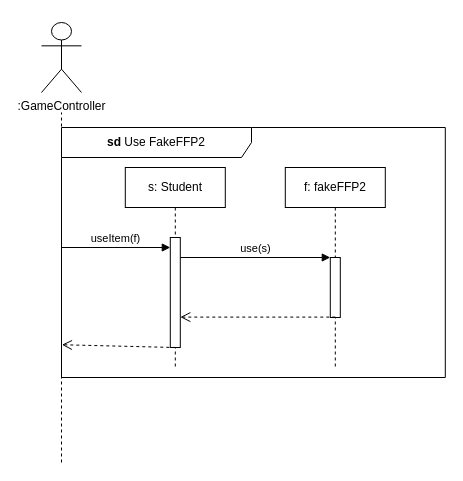
Earlier version of the draw.io diagram page "Student Action" (3 of 6) of Beadások/9. Beadás - GUI tervek/GUI szekvencia - avagy MegölömMagamHaMégEgySzekvenciátKellCsinálnom.drawio (XanleR/U.B.R.---Projlab-2024). Source tidied: cells renumbered, new cells numbered last; positions are measured from the earlier drawing's top-left corner, leaving out a move shared by most shapes. Both pictures are drawn from the tidied source at 100%, with x=0, y=0 at pixel (41, 22).
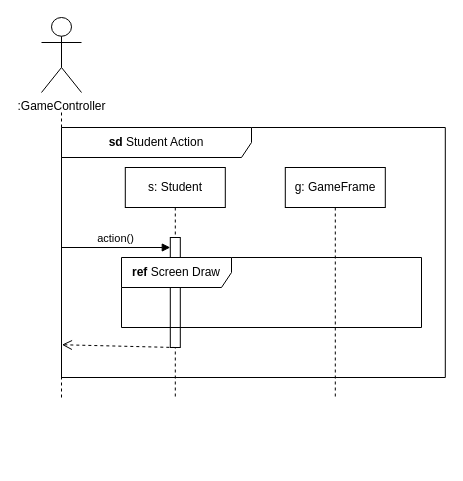
Above is the later version.

The edit, as a diff of the source:
```diff
@@
 <mxGraphModel>
   <root>
     <mxCell id="0" />
     <mxCell id="1" parent="0" />
     <mxCell id="2" value="s: Student" style="shape=umlLifeline;perimeter=lifelinePerimeter;whiteSpace=wrap;html=1;newEdgeStyle={&quot;curved&quot;:0,&quot;rounded&quot;:0};" parent="1" vertex="1">
-      <mxGeometry x="83.8" y="145" width="100" height="200" as="geometry" />
+      <mxGeometry x="83.8" y="145" width="100" height="230" as="geometry" />
     </mxCell>
     <mxCell id="3" style="html=1;points=[[0,0,0,0,5],[0,1,0,0,-5],[1,0,0,0,5],[1,1,0,0,-5]];perimeter=orthogonalPerimeter;outlineConnect=0;targetShapes=umlLifeline;portConstraint=eastwest;newEdgeStyle={&quot;curved&quot;:0,&quot;rounded&quot;:0};" parent="2" vertex="1">
       <mxGeometry x="45" y="70" width="10" height="110" as="geometry" />
     </mxCell>
-    <mxCell id="4" value="f: fakeFFP2" style="shape=umlLifeline;perimeter=lifelinePerimeter;whiteSpace=wrap;html=1;newEdgeStyle={&quot;curved&quot;:0,&quot;rounded&quot;:0};" parent="1" vertex="1">
-      <mxGeometry x="243.8" y="145" width="100" height="200" as="geometry" />
+    <mxCell id="4" value="g: GameFrame" style="shape=umlLifeline;perimeter=lifelinePerimeter;whiteSpace=wrap;html=1;newEdgeStyle={&quot;curved&quot;:0,&quot;rounded&quot;:0};" parent="1" vertex="1">
+      <mxGeometry x="243.8" y="145" width="100" height="230" as="geometry" />
     </mxCell>
-    <mxCell id="5" style="html=1;perimeter=orthogonalPerimeter;targetShapes=umlLifeline;newEdgeStyle={&quot;curved&quot;:0,&quot;rounded&quot;:0};" parent="4" vertex="1">
-      <mxGeometry x="45" y="90" width="10" height="60" as="geometry" />
-    </mxCell>
-    <mxCell id="6" value="useItem(f)" style="html=1;verticalAlign=bottom;endArrow=block;curved=0;rounded=0;" parent="1" edge="1" target="3">
+    <mxCell id="6" value="action()" style="html=1;verticalAlign=bottom;endArrow=block;curved=0;rounded=0;" parent="1" edge="1" target="3">
       <mxGeometry relative="1" as="geometry">
         <mxPoint x="20" y="225" as="sourcePoint" />
       </mxGeometry>
     </mxCell>
-    <mxCell id="7" value="use(s)" style="html=1;verticalAlign=bottom;endArrow=block;curved=0;rounded=0;" parent="1" edge="1">
-      <mxGeometry relative="1" as="geometry">
-        <mxPoint x="138.8" y="235" as="sourcePoint" />
-        <mxPoint x="288.8" y="235" as="targetPoint" />
-      </mxGeometry>
-    </mxCell>
-    <mxCell id="8" style="html=1;verticalAlign=bottom;endArrow=open;dashed=1;endSize=8;curved=0;rounded=0;" parent="1" edge="1" target="3">
-      <mxGeometry relative="1" as="geometry">
-        <mxPoint x="293.8" y="294.6" as="sourcePoint" />
-      </mxGeometry>
-    </mxCell>
     <mxCell id="9" style="html=1;verticalAlign=bottom;endArrow=open;dashed=1;endSize=8;curved=0;rounded=0;entryX=0.001;entryY=0.869;entryDx=0;entryDy=0;entryPerimeter=0;" parent="1" edge="1" target="10">
       <mxGeometry relative="1" as="geometry">
         <mxPoint x="133.8" y="325" as="sourcePoint" />
       </mxGeometry>
     </mxCell>
-    <mxCell id="10" value="&lt;b&gt;sd&lt;/b&gt;&amp;nbsp;Use FakeFFP2" style="shape=umlFrame;whiteSpace=wrap;html=1;width=190;height=30;" parent="1" vertex="1">
+    <mxCell id="10" value="&lt;b&gt;sd&lt;/b&gt;&amp;nbsp;Student Action" style="shape=umlFrame;whiteSpace=wrap;html=1;width=190;height=30;" parent="1" vertex="1">
       <mxGeometry x="20" y="105" width="383.8" height="250" as="geometry" />
     </mxCell>
     <mxCell id="11" style="endArrow=none;dashed=1;html=1;rounded=0;" parent="1" edge="1">
       <mxGeometry relative="1" as="geometry">
-        <mxPoint x="20" y="440" as="sourcePoint" />
+        <mxPoint x="20" y="375" as="sourcePoint" />
         <mxPoint x="20" y="90" as="targetPoint" />
       </mxGeometry>
     </mxCell>
     <mxCell id="12" value=":GameController" style="shape=umlActor;verticalLabelPosition=bottom;verticalAlign=top;html=1;" parent="1" vertex="1">
-      <mxGeometry width="40" height="70" as="geometry" />
+      <mxGeometry y="-5" width="40" height="75" as="geometry" />
     </mxCell>
+    <mxCell id="13" value="&lt;b&gt;ref &lt;/b&gt;Screen Draw" style="shape=umlFrame;whiteSpace=wrap;html=1;width=110;height=30;" parent="1" vertex="1">
+      <mxGeometry x="80" y="235" width="300" height="70" as="geometry" />
+    </mxCell>
   </root>
 </mxGraphModel>
```
